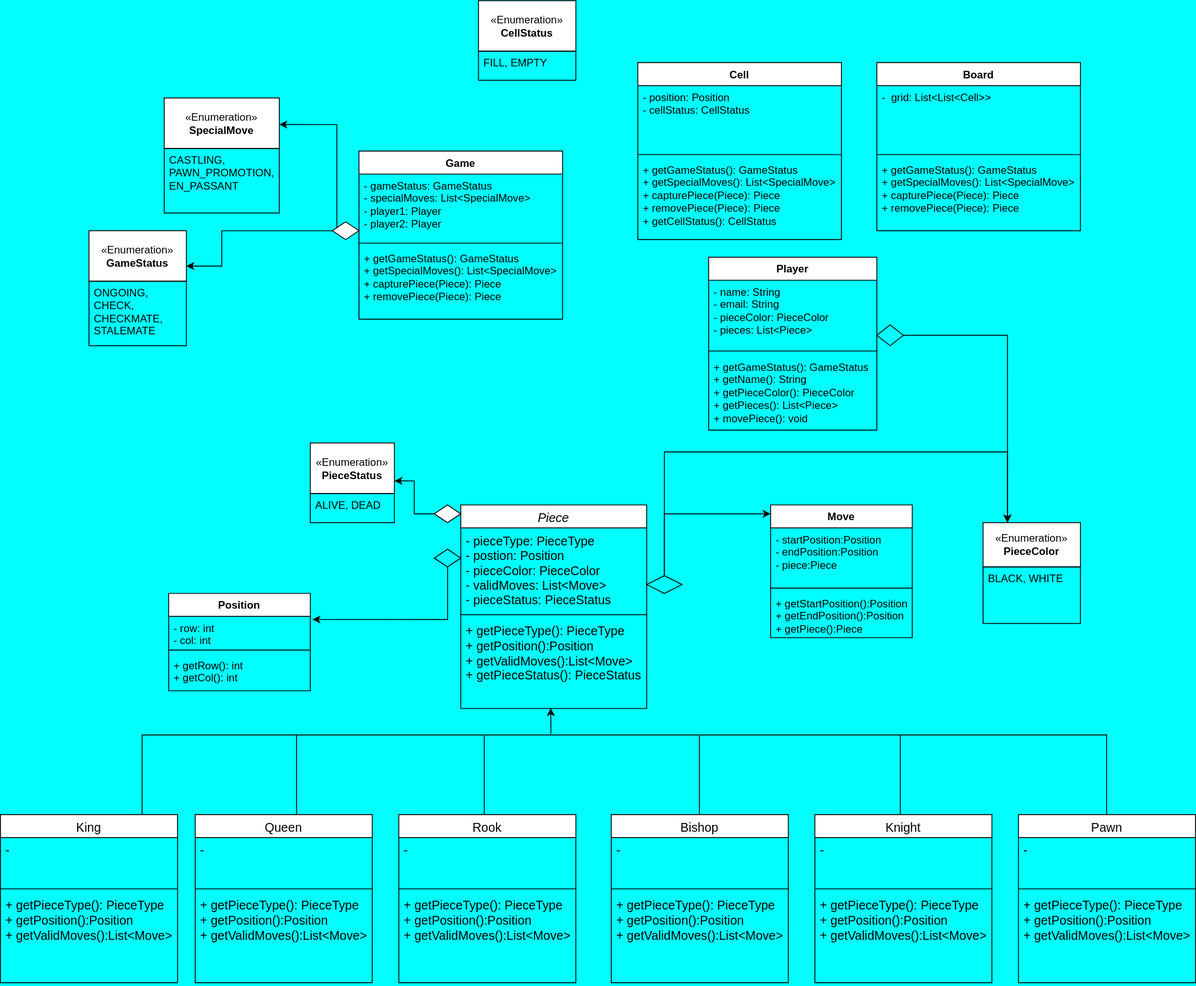
The draw.io diagram lld/class_diagrams/chess.drawio.svg in nityabhaskar21/java_projects, before a commit. Source tidied: cells renumbered, new cells last; positions are measured from the earlier drawing's top-left corner, leaving out a move shared by most shapes.
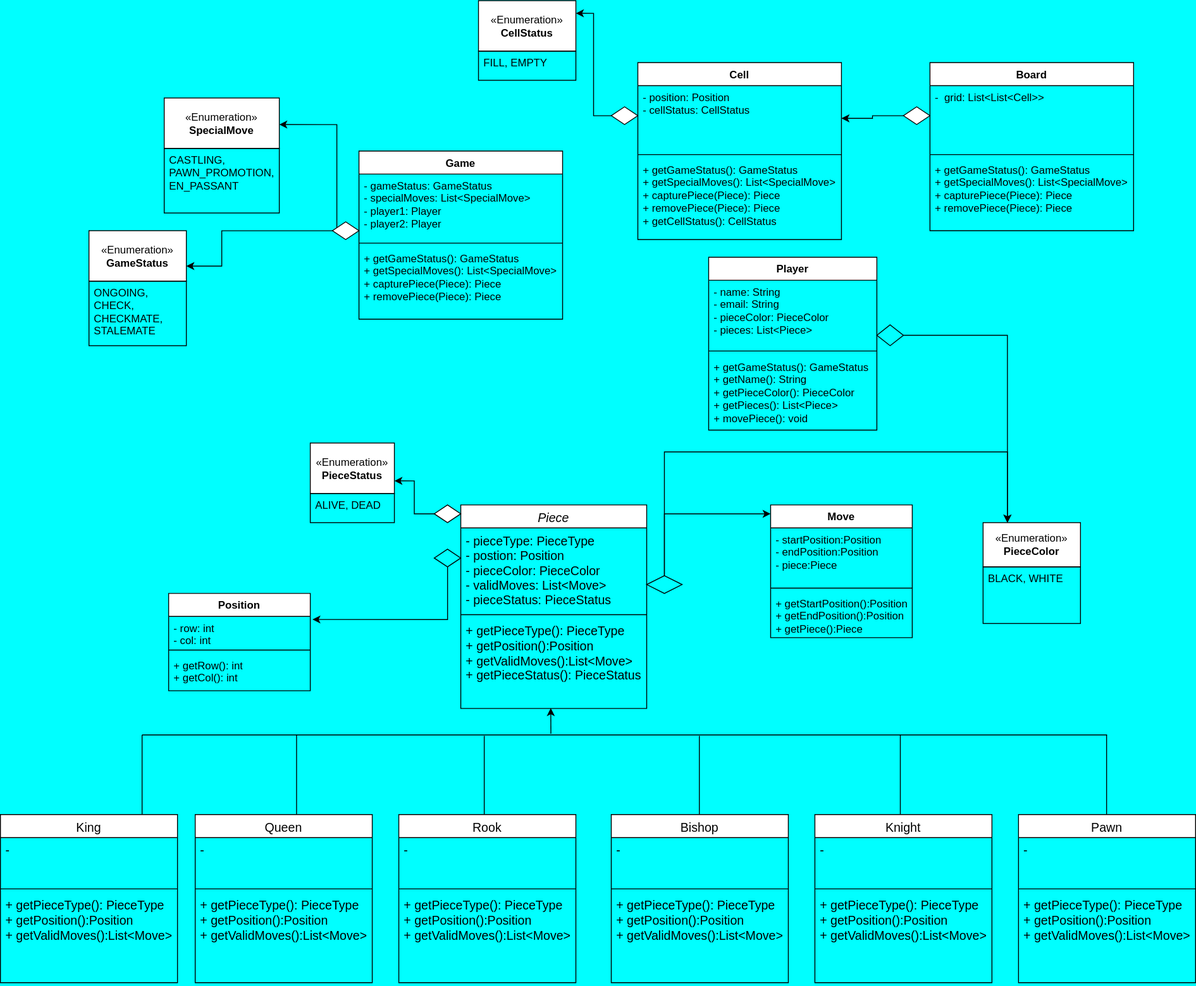
After the change.

Diff of the diagram source:
```diff
@@ -233,7 +233,7 @@
       <mxGeometry relative="1" as="geometry" />
     </mxCell>
     <mxCell id="69" value="Board" style="swimlane;fontStyle=1;align=center;verticalAlign=top;horizontal=1;startSize=26;whiteSpace=wrap;html=1;" parent="1" vertex="1">
-      <mxGeometry x="990" y="70" width="230" height="190" as="geometry" />
+      <mxGeometry x="1050" y="70" width="230" height="190" as="geometry" />
     </mxCell>
     <mxCell id="70" value="-&amp;nbsp; grid: List&amp;lt;List&amp;lt;Cell&amp;gt;&amp;gt;" style="text;strokeColor=none;fillColor=none;align=left;verticalAlign=top;spacingLeft=4;spacingRight=4;overflow=hidden;whiteSpace=wrap;html=1;" parent="69" vertex="1">
       <mxGeometry y="26" width="230" height="74" as="geometry" />
@@ -307,5 +307,17 @@
     <mxCell id="89" value="FILL, EMPTY" style="text;strokeColor=default;fillColor=none;align=left;verticalAlign=top;spacingLeft=4;spacingRight=4;overflow=hidden;whiteSpace=wrap;html=1;" parent="1" vertex="1">
       <mxGeometry x="540" y="57" width="110" height="33" as="geometry" />
     </mxCell>
+    <mxCell id="90" style="edgeStyle=orthogonalEdgeStyle;rounded=0;jettySize=auto;html=1;entryX=1;entryY=0.25;entryDx=0;entryDy=0;" parent="1" edge="1" source="91" target="88">
+      <mxGeometry relative="1" as="geometry" />
+    </mxCell>
+    <mxCell id="91" style="rhombus;whiteSpace=wrap;html=1;fillColor=default;" parent="1" vertex="1">
+      <mxGeometry x="690" y="120" width="30" height="20" as="geometry" />
+    </mxCell>
+    <mxCell id="92" style="edgeStyle=orthogonalEdgeStyle;rounded=0;jettySize=auto;html=1;entryX=1;entryY=0.5;entryDx=0;entryDy=0;" parent="1" edge="1" source="93" target="85">
+      <mxGeometry relative="1" as="geometry" />
+    </mxCell>
+    <mxCell id="93" style="rhombus;whiteSpace=wrap;html=1;fillColor=default;" parent="1" vertex="1">
+      <mxGeometry x="1020" y="120" width="30" height="20" as="geometry" />
+    </mxCell>
   </root>
 </mxGraphModel>
```
